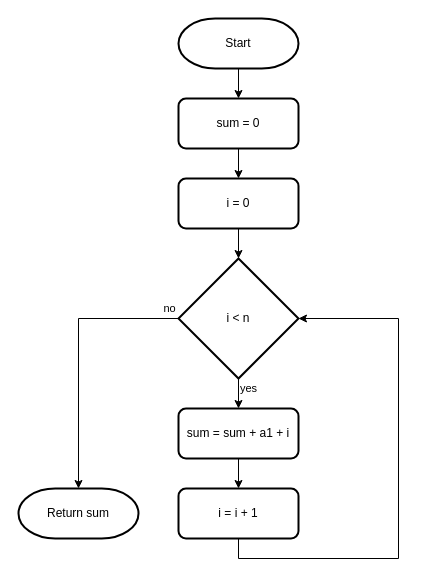
Above: page "as-1" (1 of 3) of images/diagrams.drawio in sgorgun/while-statements (draw.io), before the change. Source tidied: cells renumbered, new cells numbered last; positions are measured from the earlier drawing's top-left corner, leaving out a move shared by most shapes. Both pictures are drawn from the tidied source at 100%, with x=0, y=0 at pixel (18, 18).
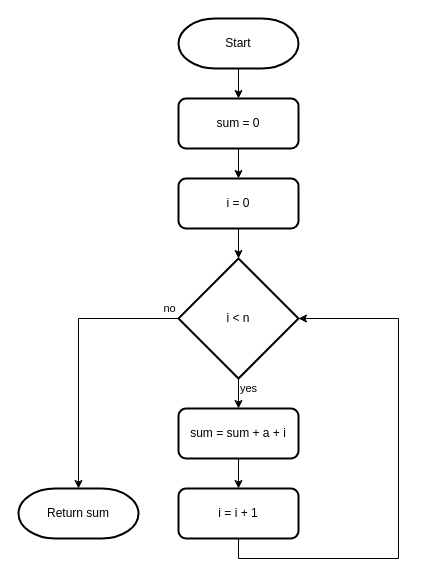
The same page after the edit.

Commit message (it also covers changes not shown here):
Fix typo in as-1 diagram.

What changed in the source:
```diff
@@
 <mxGraphModel>
   <root>
     <mxCell id="0" />
     <mxCell id="1" parent="0" />
     <mxCell id="2" style="edgeStyle=orthogonalEdgeStyle;rounded=0;jettySize=auto;html=1;" parent="1" edge="1" source="3" target="5">
       <mxGeometry relative="1" as="geometry" />
     </mxCell>
     <mxCell id="3" value="Start" style="strokeWidth=2;html=1;shape=mxgraph.flowchart.terminator;whiteSpace=wrap;" parent="1" vertex="1">
       <mxGeometry x="160" width="120" height="50" as="geometry" />
     </mxCell>
     <mxCell id="4" style="edgeStyle=orthogonalEdgeStyle;rounded=0;jettySize=auto;html=1;" parent="1" edge="1" source="5" target="13">
       <mxGeometry relative="1" as="geometry" />
     </mxCell>
     <mxCell id="5" value="sum = 0" style="rounded=1;whiteSpace=wrap;html=1;strokeWidth=2;" parent="1" vertex="1">
       <mxGeometry x="160" y="80" width="120" height="50" as="geometry" />
     </mxCell>
     <mxCell id="6" value="yes" style="edgeStyle=orthogonalEdgeStyle;rounded=0;jettySize=auto;html=1;" parent="1" edge="1" source="8" target="10">
       <mxGeometry x="0.2" y="10" relative="1" as="geometry" />
     </mxCell>
     <mxCell id="7" value="no" style="edgeStyle=orthogonalEdgeStyle;rounded=0;jettySize=auto;html=1;" parent="1" edge="1" source="8" target="11">
       <mxGeometry x="-0.93" y="-10" relative="1" as="geometry">
         <Array as="points">
           <mxPoint x="60" y="300" />
         </Array>
       </mxGeometry>
     </mxCell>
     <mxCell id="8" value="i &amp;lt; n" style="rhombus;whiteSpace=wrap;html=1;rounded=0;strokeWidth=2;" parent="1" vertex="1">
       <mxGeometry x="160" y="240" width="120" height="120" as="geometry" />
     </mxCell>
     <mxCell id="9" style="edgeStyle=orthogonalEdgeStyle;rounded=0;jettySize=auto;html=1;" parent="1" edge="1" source="10" target="15">
       <mxGeometry relative="1" as="geometry" />
     </mxCell>
-    <mxCell id="10" value="sum = sum + a1 + i" style="rounded=1;whiteSpace=wrap;html=1;strokeWidth=2;" parent="1" vertex="1">
+    <mxCell id="10" value="sum = sum + a + i" style="rounded=1;whiteSpace=wrap;html=1;strokeWidth=2;" parent="1" vertex="1">
       <mxGeometry x="160" y="390" width="120" height="50" as="geometry" />
     </mxCell>
     <mxCell id="11" value="Return sum" style="strokeWidth=2;html=1;shape=mxgraph.flowchart.terminator;whiteSpace=wrap;" parent="1" vertex="1">
       <mxGeometry y="470" width="120" height="50" as="geometry" />
     </mxCell>
     <mxCell id="12" style="edgeStyle=orthogonalEdgeStyle;rounded=0;jettySize=auto;html=1;" parent="1" edge="1" source="13" target="8">
       <mxGeometry relative="1" as="geometry" />
     </mxCell>
     <mxCell id="13" value="i = 0" style="rounded=1;whiteSpace=wrap;html=1;strokeWidth=2;" parent="1" vertex="1">
       <mxGeometry x="160" y="160" width="120" height="50" as="geometry" />
     </mxCell>
     <mxCell id="14" style="edgeStyle=orthogonalEdgeStyle;rounded=0;jettySize=auto;html=1;" parent="1" edge="1" source="15" target="8">
       <mxGeometry relative="1" as="geometry">
         <Array as="points">
           <mxPoint x="220" y="540" />
           <mxPoint x="380" y="540" />
           <mxPoint x="380" y="300" />
         </Array>
       </mxGeometry>
     </mxCell>
     <mxCell id="15" value="i = i + 1" style="rounded=1;whiteSpace=wrap;html=1;strokeWidth=2;" parent="1" vertex="1">
       <mxGeometry x="160" y="470" width="120" height="50" as="geometry" />
     </mxCell>
   </root>
 </mxGraphModel>
```
